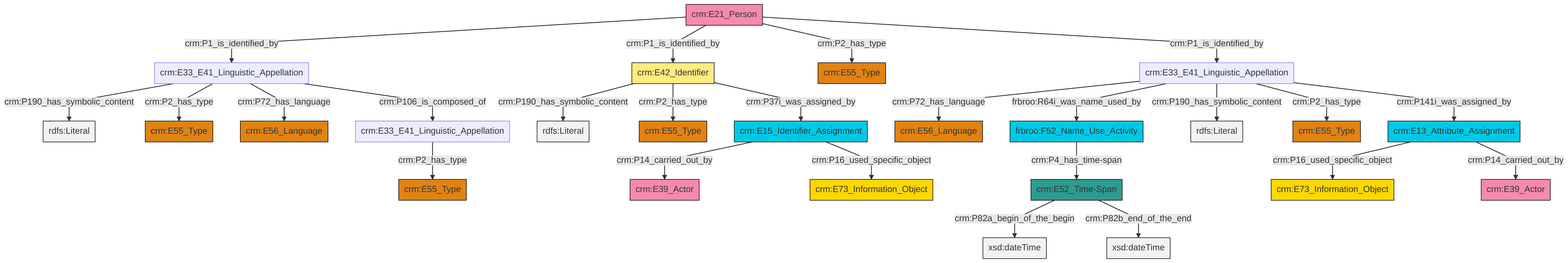
Before: et/personCSV/ttl/mmd/png/Person_Names_and_Classification.png, a diagram exported from Mermaid (swiss-art-research-net/docs.swissartresearch). Its source is kept beside it as et/personCSV/ttl/mmd/Person_Names_and_Classification.ttl.mmd.
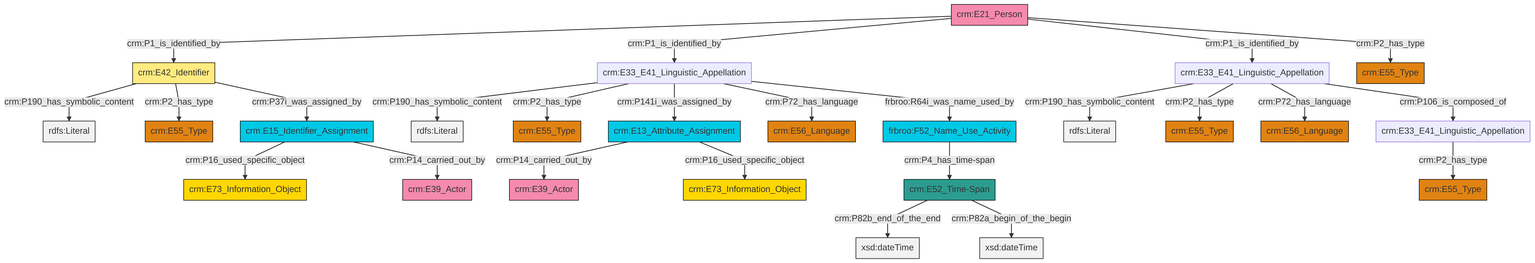
Above is the later version.

The edit, as a diff of the source:
```diff
@@ -13,27 +13,27 @@
 classDef PC_Classes fill:#4ce600, stroke:#000000;
 classDef Multi fill:#cccccc,stroke:#000000;
 
-2["crm:E21_Person"]:::Actor -->|crm:P1_is_identified_by| 3["crm:E33_E41_Linguistic_Appellation"]:::Default
-4["crm:E15_Identifier_Assignment"]:::Temporal_Entity -->|crm:P14_carried_out_by| 8["crm:E39_Actor"]:::Actor
-3["crm:E33_E41_Linguistic_Appellation"]:::Default -->|crm:P190_has_symbolic_content| 11[rdfs:Literal]:::Literal
-3["crm:E33_E41_Linguistic_Appellation"]:::Default -->|crm:P2_has_type| 14["crm:E55_Type"]:::Type
-15["crm:E33_E41_Linguistic_Appellation"]:::Default -->|crm:P72_has_language| 16["crm:E56_Language"]:::Type
-17["crm:E33_E41_Linguistic_Appellation"]:::Default -->|crm:P2_has_type| 18["crm:E55_Type"]:::Type
-19["crm:E13_Attribute_Assignment"]:::Temporal_Entity -->|crm:P16_used_specific_object| 20["crm:E73_Information_Object"]:::Conceptual_Object
-15["crm:E33_E41_Linguistic_Appellation"]:::Default -->|frbroo:R64i_was_name_used_by| 0["frbroo:F52_Name_Use_Activity"]:::Temporal_Entity
-24["crm:E42_Identifier"]:::Appellation -->|crm:P190_has_symbolic_content| 25[rdfs:Literal]:::Literal
-3["crm:E33_E41_Linguistic_Appellation"]:::Default -->|crm:P72_has_language| 26["crm:E56_Language"]:::Type
-4["crm:E15_Identifier_Assignment"]:::Temporal_Entity -->|crm:P16_used_specific_object| 21["crm:E73_Information_Object"]:::Conceptual_Object
-19["crm:E13_Attribute_Assignment"]:::Temporal_Entity -->|crm:P14_carried_out_by| 6["crm:E39_Actor"]:::Actor
-28["crm:E52_Time-Span"]:::Time-Span -->|crm:P82a_begin_of_the_begin| 30[xsd:dateTime]:::Literal
-24["crm:E42_Identifier"]:::Appellation -->|crm:P2_has_type| 12["crm:E55_Type"]:::Type
-2["crm:E21_Person"]:::Actor -->|crm:P1_is_identified_by| 24["crm:E42_Identifier"]:::Appellation
-2["crm:E21_Person"]:::Actor -->|crm:P2_has_type| 9["crm:E55_Type"]:::Type
-15["crm:E33_E41_Linguistic_Appellation"]:::Default -->|crm:P190_has_symbolic_content| 34[rdfs:Literal]:::Literal
-15["crm:E33_E41_Linguistic_Appellation"]:::Default -->|crm:P2_has_type| 36["crm:E55_Type"]:::Type
-24["crm:E42_Identifier"]:::Appellation -->|crm:P37i_was_assigned_by| 4["crm:E15_Identifier_Assignment"]:::Temporal_Entity
-2["crm:E21_Person"]:::Actor -->|crm:P1_is_identified_by| 15["crm:E33_E41_Linguistic_Appellation"]:::Default
-28["crm:E52_Time-Span"]:::Time-Span -->|crm:P82b_end_of_the_end| 44[xsd:dateTime]:::Literal
-3["crm:E33_E41_Linguistic_Appellation"]:::Default -->|crm:P106_is_composed_of| 17["crm:E33_E41_Linguistic_Appellation"]:::Default
-0["frbroo:F52_Name_Use_Activity"]:::Temporal_Entity -->|crm:P4_has_time-span| 28["crm:E52_Time-Span"]:::Time-Span
-15["crm:E33_E41_Linguistic_Appellation"]:::Default -->|crm:P141i_was_assigned_by| 19["crm:E13_Attribute_Assignment"]:::Temporal_Entity
+4["crm:E42_Identifier"]:::Appellation -->|crm:P190_has_symbolic_content| 5[rdfs:Literal]:::Literal
+6["crm:E13_Attribute_Assignment"]:::Temporal_Entity -->|crm:P14_carried_out_by| 7["crm:E39_Actor"]:::Actor
+12["frbroo:F52_Name_Use_Activity"]:::Temporal_Entity -->|crm:P4_has_time-span| 13["crm:E52_Time-Span"]:::Time-Span
+14["crm:E33_E41_Linguistic_Appellation"]:::Default -->|crm:P190_has_symbolic_content| 15[rdfs:Literal]:::Literal
+18["crm:E21_Person"]:::Actor -->|crm:P1_is_identified_by| 4["crm:E42_Identifier"]:::Appellation
+16["crm:E33_E41_Linguistic_Appellation"]:::Default -->|crm:P190_has_symbolic_content| 19[rdfs:Literal]:::Literal
+14["crm:E33_E41_Linguistic_Appellation"]:::Default -->|crm:P2_has_type| 0["crm:E55_Type"]:::Type
+14["crm:E33_E41_Linguistic_Appellation"]:::Default -->|crm:P72_has_language| 10["crm:E56_Language"]:::Type
+22["crm:E15_Identifier_Assignment"]:::Temporal_Entity -->|crm:P16_used_specific_object| 23["crm:E73_Information_Object"]:::Conceptual_Object
+18["crm:E21_Person"]:::Actor -->|crm:P1_is_identified_by| 16["crm:E33_E41_Linguistic_Appellation"]:::Default
+22["crm:E15_Identifier_Assignment"]:::Temporal_Entity -->|crm:P14_carried_out_by| 25["crm:E39_Actor"]:::Actor
+6["crm:E13_Attribute_Assignment"]:::Temporal_Entity -->|crm:P16_used_specific_object| 27["crm:E73_Information_Object"]:::Conceptual_Object
+4["crm:E42_Identifier"]:::Appellation -->|crm:P2_has_type| 31["crm:E55_Type"]:::Type
+16["crm:E33_E41_Linguistic_Appellation"]:::Default -->|crm:P2_has_type| 32["crm:E55_Type"]:::Type
+20["crm:E33_E41_Linguistic_Appellation"]:::Default -->|crm:P2_has_type| 35["crm:E55_Type"]:::Type
+13["crm:E52_Time-Span"]:::Time-Span -->|crm:P82b_end_of_the_end| 36[xsd:dateTime]:::Literal
+13["crm:E52_Time-Span"]:::Time-Span -->|crm:P82a_begin_of_the_begin| 38[xsd:dateTime]:::Literal
+16["crm:E33_E41_Linguistic_Appellation"]:::Default -->|crm:P141i_was_assigned_by| 6["crm:E13_Attribute_Assignment"]:::Temporal_Entity
+18["crm:E21_Person"]:::Actor -->|crm:P1_is_identified_by| 14["crm:E33_E41_Linguistic_Appellation"]:::Default
+14["crm:E33_E41_Linguistic_Appellation"]:::Default -->|crm:P106_is_composed_of| 20["crm:E33_E41_Linguistic_Appellation"]:::Default
+18["crm:E21_Person"]:::Actor -->|crm:P2_has_type| 2["crm:E55_Type"]:::Type
+16["crm:E33_E41_Linguistic_Appellation"]:::Default -->|crm:P72_has_language| 8["crm:E56_Language"]:::Type
+16["crm:E33_E41_Linguistic_Appellation"]:::Default -->|frbroo:R64i_was_name_used_by| 12["frbroo:F52_Name_Use_Activity"]:::Temporal_Entity
+4["crm:E42_Identifier"]:::Appellation -->|crm:P37i_was_assigned_by| 22["crm:E15_Identifier_Assignment"]:::Temporal_Entity
```
